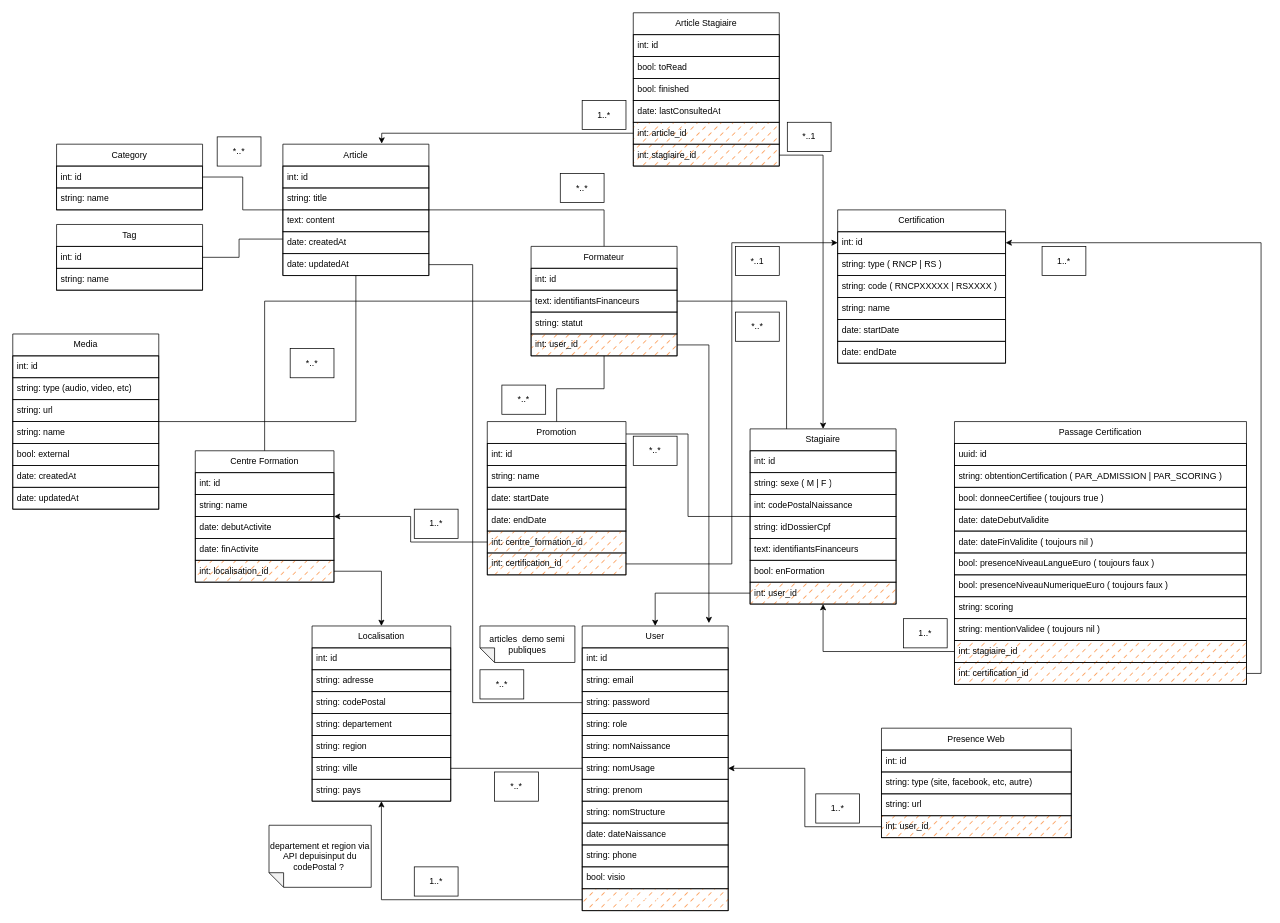
ecole-richard-cross/espace-numerique keeps this draw.io diagram as MCD.drawio. Above is the earlier version. Source tidied: cells renumbered, new cells numbered last; positions are measured from the earlier drawing's top-left corner, leaving out a move shared by most shapes. Both pictures are drawn from the tidied source at 73%, with x=0, y=0 at pixel (12, 12).
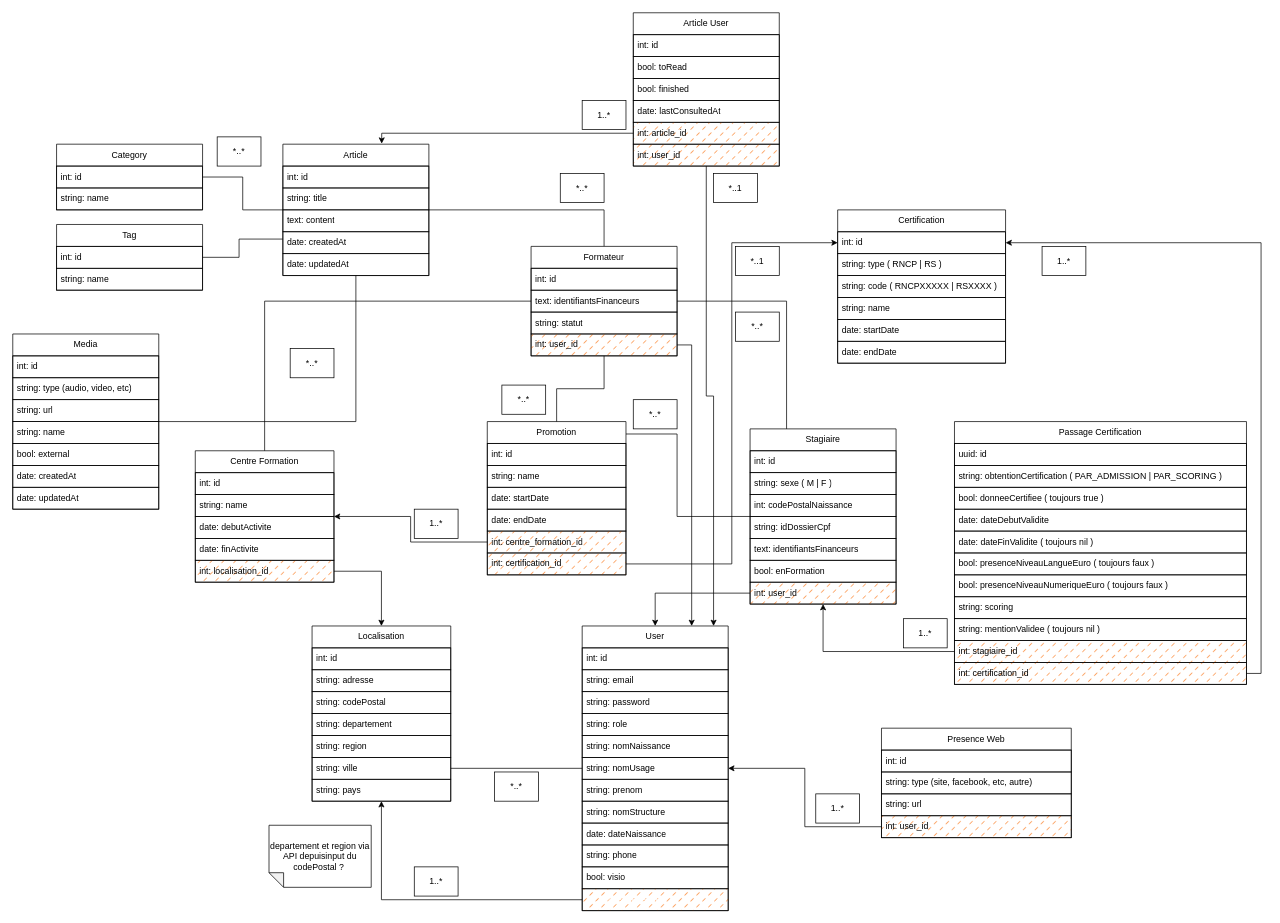
The same diagram, later.

Commit message:
fix/dev: no articleStagiaire mais articleUser

The change refers to these unchanged cells:
```xml
<mxCell id="23" value="Promotion" style="swimlane;fontStyle=0;horizontal=1;startSize=30;whiteSpace=wrap;html=1;rounded=0;labelBackgroundColor=none;shadow=0;swimlaneLine=1;fillOpacity=100;snapToPoint=0;fixDash=0;backgroundOutline=0;enumerate=0;comic=0;strokeColor=default;" parent="1" vertex="1">
  <mxGeometry x="650" y="560" width="190" height="210" as="geometry" />
</mxCell>
<mxCell id="63" value="Stagiaire" style="swimlane;fontStyle=0;horizontal=1;startSize=30;whiteSpace=wrap;html=1;rounded=0;labelBackgroundColor=none;shadow=0;swimlaneLine=1;fillOpacity=100;snapToPoint=0;fixDash=0;backgroundOutline=0;enumerate=0;comic=0;strokeColor=default;" parent="1" vertex="1">
  <mxGeometry x="1010" y="570" width="200" height="240" as="geometry" />
</mxCell>
<mxCell id="77" value="int: user_id" style="text;align=left;verticalAlign=middle;spacingLeft=4;spacingRight=4;overflow=hidden;points=[[0,0.5],[1,0.5]];portConstraint=eastwest;whiteSpace=wrap;html=1;rounded=0;labelBackgroundColor=none;shadow=0;swimlaneLine=1;fillOpacity=100;snapToPoint=0;fixDash=0;backgroundOutline=0;enumerate=0;comic=0;strokeColor=default;fillColor=#FA6800;fillStyle=dashed;" parent="73" vertex="1">
  <mxGeometry y="120" width="200" height="30" as="geometry" />
</mxCell>
<mxCell id="78" value="User" style="swimlane;fontStyle=0;horizontal=1;startSize=30;whiteSpace=wrap;html=1;rounded=0;labelBackgroundColor=none;shadow=0;swimlaneLine=1;fillOpacity=100;snapToPoint=0;fixDash=0;backgroundOutline=0;enumerate=0;comic=0;strokeColor=default;" parent="1" vertex="1">
  <mxGeometry x="780" y="840" width="200" height="390" as="geometry" />
</mxCell>
<mxCell id="81" value="string: password" style="text;align=left;verticalAlign=middle;spacingLeft=4;spacingRight=4;overflow=hidden;points=[[0,0.5],[1,0.5]];portConstraint=eastwest;whiteSpace=wrap;html=1;rounded=0;labelBackgroundColor=none;shadow=0;swimlaneLine=1;fillOpacity=100;snapToPoint=0;fixDash=0;backgroundOutline=0;enumerate=0;comic=0;strokeColor=default;" parent="78" vertex="1">
  <mxGeometry y="90" width="200" height="30" as="geometry" />
</mxCell>
<mxCell id="100" value="Article" style="swimlane;fontStyle=0;horizontal=1;startSize=30;whiteSpace=wrap;html=1;rounded=0;labelBackgroundColor=none;shadow=0;swimlaneLine=1;fillOpacity=100;snapToPoint=0;fixDash=0;backgroundOutline=0;enumerate=0;comic=0;strokeColor=default;" parent="1" vertex="1">
  <mxGeometry x="370" y="180" width="200" height="180" as="geometry" />
</mxCell>
```

The edit, as a diff of the source:
```diff
@@
     <mxCell id="21" style="edgeStyle=orthogonalEdgeStyle;rounded=0;jettySize=auto;html=1;entryX=1;entryY=0.081;entryDx=0;entryDy=0;entryPerimeter=0;endArrow=none;endFill=0;" parent="1" edge="1" source="63" target="23">
-      <mxGeometry relative="1" as="geometry" />
+      <mxGeometry relative="1" as="geometry">
+        <Array as="points">
+          <mxPoint x="910" y="690" />
+          <mxPoint x="910" y="577" />
+        </Array>
+      </mxGeometry>
     </mxCell>
@@
     <mxCell id="94" value="*..1" style="text;align=center;html=1;verticalAlign=middle;whiteSpace=wrap;rounded=0;labelBackgroundColor=none;shadow=0;swimlaneLine=1;fillOpacity=100;fixDash=0;backgroundOutline=0;enumerate=0;comic=0;strokeColor=default;" parent="1" vertex="1">
-      <mxGeometry x="1061" y="150" width="60" height="40" as="geometry" />
+      <mxGeometry x="960" y="220" width="60" height="40" as="geometry" />
     </mxCell>
@@
-    <mxCell id="96" style="edgeStyle=orthogonalEdgeStyle;rounded=0;html=1;exitX=1;exitY=0.5;exitDx=0;exitDy=0;entryX=0.868;entryY=-0.01;entryDx=0;entryDy=0;entryPerimeter=0;endArrow=classic;endFill=1;startArrow=none;startFill=0;" parent="1" edge="1" source="77" target="78">
+    <mxCell id="96" style="edgeStyle=orthogonalEdgeStyle;rounded=0;html=1;exitX=1;exitY=0.5;exitDx=0;exitDy=0;endArrow=classic;endFill=1;startArrow=none;startFill=0;entryX=0.75;entryY=0;entryDx=0;entryDy=0;" parent="1" edge="1" source="77" target="78">
       <mxGeometry relative="1" as="geometry" />
     </mxCell>
@@
-    <mxCell id="126" style="edgeStyle=orthogonalEdgeStyle;rounded=0;html=1;exitX=1;exitY=0.5;exitDx=0;exitDy=0;startArrow=none;startFill=0;endArrow=classic;endFill=1;" parent="1" edge="1" source="133" target="63">
-      <mxGeometry relative="1" as="geometry" />
-    </mxCell>
+    <mxCell id="139" style="edgeStyle=orthogonalEdgeStyle;html=1;entryX=0.9;entryY=0;entryDx=0;entryDy=0;rounded=0;entryPerimeter=0;" parent="1" edge="1" source="127" target="78">
+      <mxGeometry relative="1" as="geometry" />
+    </mxCell>
-    <mxCell id="127" value="Article Stagiaire" style="swimlane;fontStyle=0;horizontal=1;startSize=30;whiteSpace=wrap;html=1;rounded=0;labelBackgroundColor=none;shadow=0;swimlaneLine=1;fillOpacity=100;snapToPoint=0;fixDash=0;backgroundOutline=0;enumerate=0;comic=0;strokeColor=default;" parent="1" vertex="1">
+    <mxCell id="127" value="Article User" style="swimlane;fontStyle=0;horizontal=1;startSize=30;whiteSpace=wrap;html=1;rounded=0;labelBackgroundColor=none;shadow=0;swimlaneLine=1;fillOpacity=100;snapToPoint=0;fixDash=0;backgroundOutline=0;enumerate=0;comic=0;strokeColor=default;" parent="1" vertex="1">
       <mxGeometry x="850" width="200" height="210" as="geometry" />
     </mxCell>
@@
-    <mxCell id="133" value="int: stagiaire_id" style="text;align=left;verticalAlign=middle;spacingLeft=4;spacingRight=4;overflow=hidden;points=[[0,0.5],[1,0.5]];portConstraint=eastwest;whiteSpace=wrap;html=1;rounded=0;labelBackgroundColor=none;shadow=0;swimlaneLine=1;fillOpacity=100;snapToPoint=0;fixDash=0;backgroundOutline=0;enumerate=0;comic=0;strokeColor=default;fillColor=#FA6800;fillStyle=dashed;" parent="127" vertex="1">
+    <mxCell id="133" value="int: user_id" style="text;align=left;verticalAlign=middle;spacingLeft=4;spacingRight=4;overflow=hidden;points=[[0,0.5],[1,0.5]];portConstraint=eastwest;whiteSpace=wrap;html=1;rounded=0;labelBackgroundColor=none;shadow=0;swimlaneLine=1;fillOpacity=100;snapToPoint=0;fixDash=0;backgroundOutline=0;enumerate=0;comic=0;strokeColor=default;fillColor=#FA6800;fillStyle=dashed;" parent="127" vertex="1">
       <mxGeometry y="180" width="200" height="30" as="geometry" />
     </mxCell>
@@
     <mxCell id="135" value="*..*" style="text;align=center;html=1;verticalAlign=middle;whiteSpace=wrap;rounded=0;labelBackgroundColor=none;shadow=0;swimlaneLine=1;fillOpacity=100;fixDash=0;backgroundOutline=0;enumerate=0;comic=0;strokeColor=default;" parent="1" vertex="1">
-      <mxGeometry x="850" y="580" width="60" height="40" as="geometry" />
+      <mxGeometry x="850" y="530" width="60" height="40" as="geometry" />
     </mxCell>
-    <mxCell id="136" style="edgeStyle=orthogonalEdgeStyle;rounded=0;html=1;startArrow=none;startFill=0;endArrow=none;endFill=0;entryX=0;entryY=0.5;entryDx=0;entryDy=0;" parent="1" edge="1" source="100" target="81">
-      <mxGeometry relative="1" as="geometry">
-        <Array as="points">
-          <mxPoint x="630" y="345" />
-          <mxPoint x="630" y="945" />
-        </Array>
-      </mxGeometry>
-    </mxCell>
-    <mxCell id="137" value="*..*" style="text;align=center;html=1;verticalAlign=middle;whiteSpace=wrap;rounded=0;labelBackgroundColor=none;shadow=0;swimlaneLine=1;fillOpacity=100;fixDash=0;backgroundOutline=0;enumerate=0;comic=0;strokeColor=default;" parent="1" vertex="1">
-      <mxGeometry x="640" y="900" width="60" height="40" as="geometry" />
-    </mxCell>
-    <mxCell id="138" value="articles&amp;nbsp; demo semi publiques" style="shape=note;whiteSpace=wrap;html=1;backgroundOutline=0;darkOpacity=0.05;fillStyle=solid;direction=west;gradientDirection=north;shadow=0;size=20;rounded=0;labelBackgroundColor=none;swimlaneLine=1;fillOpacity=100;fixDash=0;enumerate=0;comic=0;strokeColor=default;" parent="1" vertex="1">
-      <mxGeometry x="640" y="840" width="130" height="50" as="geometry" />
-    </mxCell>
```
